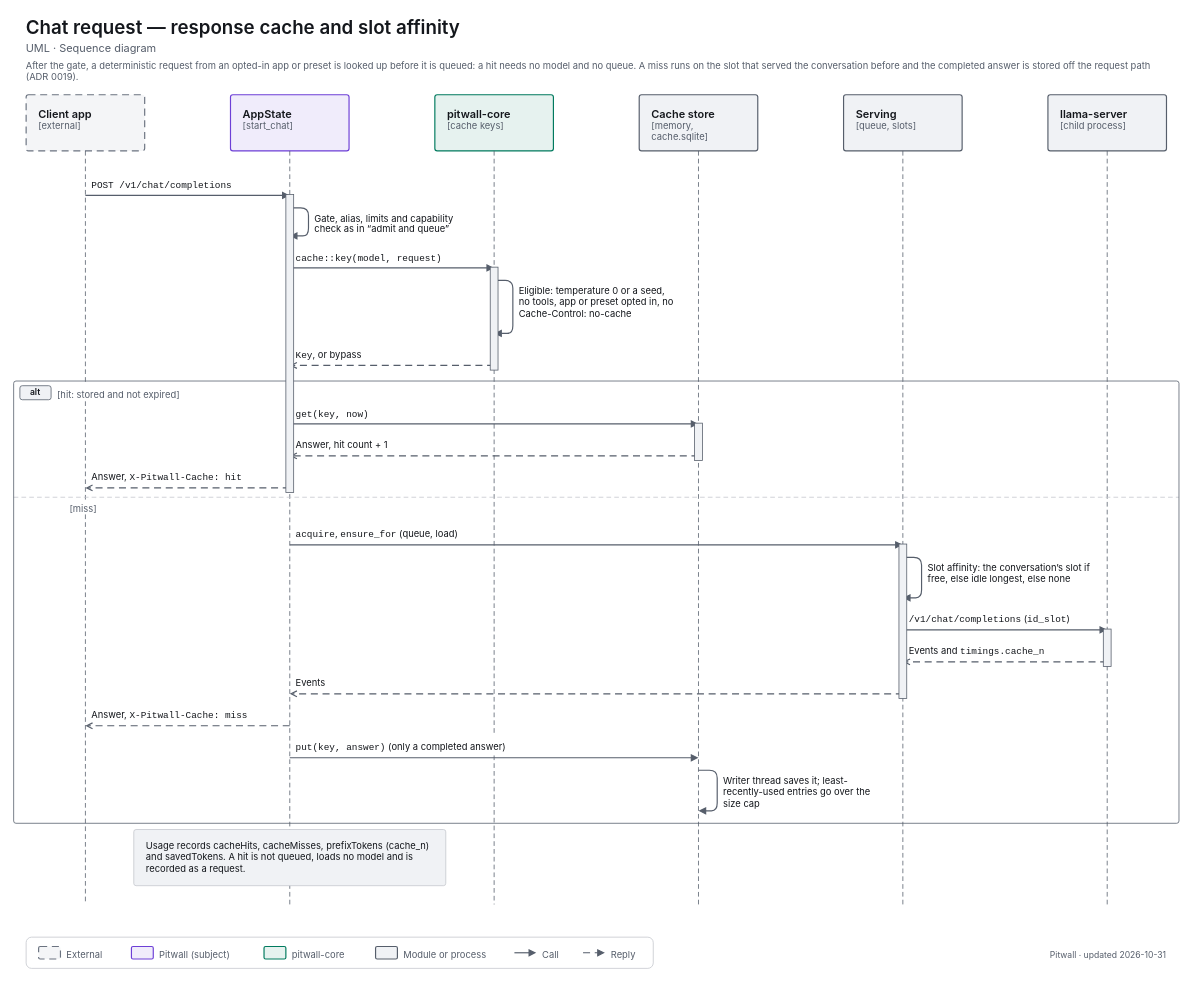
The draw.io diagram apps/pitwall/docs/diagrams/uml-seq-chat-cache.drawio in decryp7/paddock, before the edit. Source tidied: cells renumbered, new cells numbered last; positions are measured from the earlier drawing's top-left corner, leaving out a move shared by most shapes. Both pictures are drawn from the tidied source at 78%, with x=0, y=0 at pixel (13, 13).
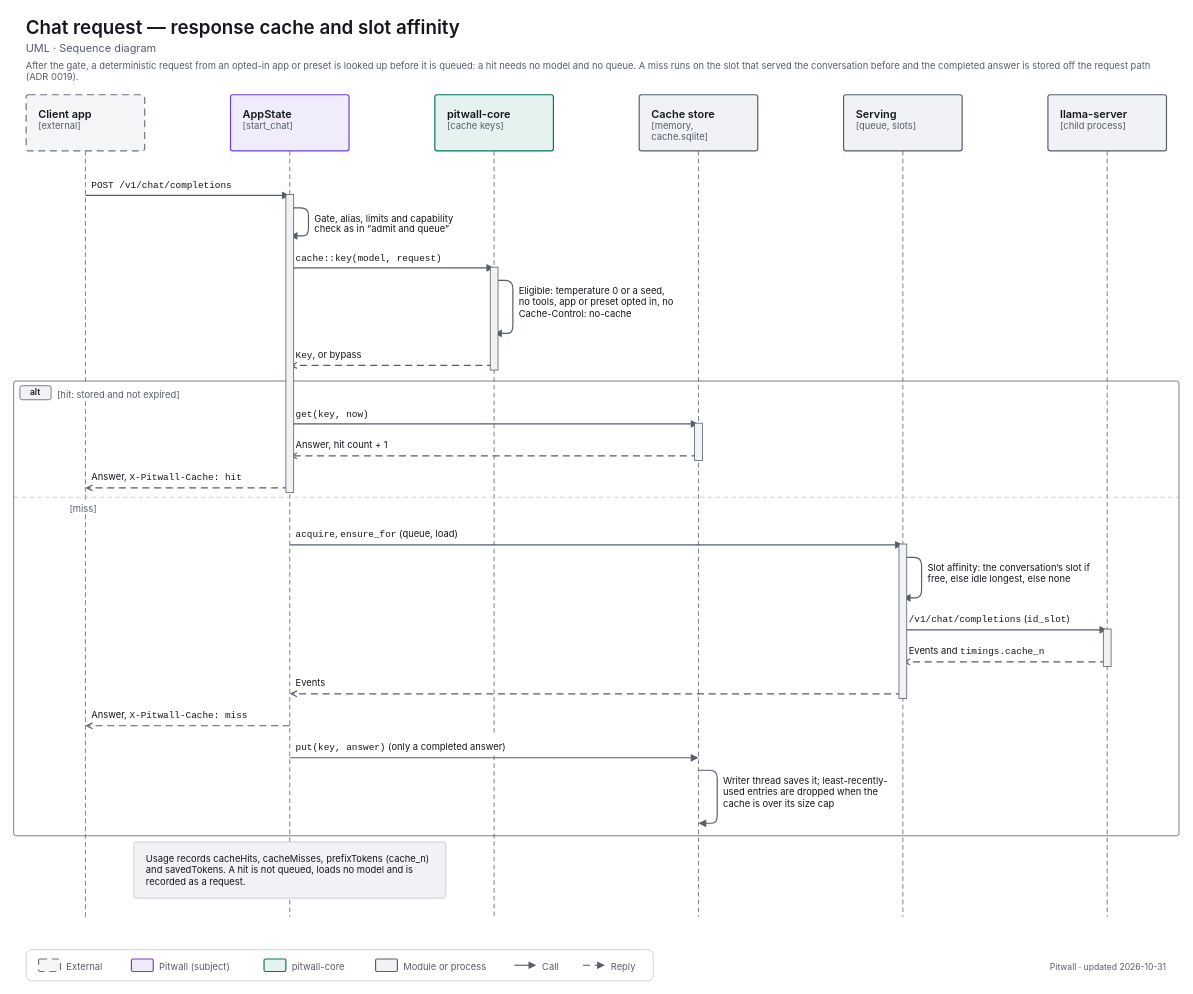
The same page after the edit.

Commit message (it also covers changes not shown here):
fix(diagrams): selfLeftOnLast is opt-in so other apps' diagrams are unchanged; chat-admit bar starts at start_chat

Diff of the diagram source:
```diff
@@
     <mxCell id="13" style="edgeStyle=none;rounded=1;html=1;strokeWidth=1;strokeColor=light-dark(#565E6B,#A0A7B2);endArrow=none;endFill=0;endSize=6;dashed=1;dashPattern=6 4;" parent="1" edge="1">
       <mxGeometry relative="1" as="geometry">
         <mxPoint x="92" y="642" as="sourcePoint" />
-        <mxPoint x="92" y="1142" as="targetPoint" />
+        <mxPoint x="92" y="1158" as="targetPoint" />
       </mxGeometry>
     </mxCell>
     <mxCell id="14" style="edgeStyle=none;rounded=1;html=1;strokeWidth=1;strokeColor=light-dark(#565E6B,#A0A7B2);endArrow=none;endFill=0;endSize=6;dashed=1;dashPattern=6 4;" parent="1" edge="1">
       <mxGeometry relative="1" as="geometry">
         <mxPoint x="354" y="176" as="sourcePoint" />
-        <mxPoint x="354" y="1142" as="targetPoint" />
+        <mxPoint x="354" y="1158" as="targetPoint" />
       </mxGeometry>
     </mxCell>
@@
     <mxCell id="16" style="edgeStyle=none;rounded=1;html=1;strokeWidth=1;strokeColor=light-dark(#565E6B,#A0A7B2);endArrow=none;endFill=0;endSize=6;dashed=1;dashPattern=6 4;" parent="1" edge="1">
       <mxGeometry relative="1" as="geometry">
         <mxPoint x="616" y="951" as="sourcePoint" />
-        <mxPoint x="616" y="1142" as="targetPoint" />
+        <mxPoint x="616" y="1158" as="targetPoint" />
       </mxGeometry>
     </mxCell>
     <mxCell id="17" style="edgeStyle=none;rounded=1;html=1;strokeWidth=1;strokeColor=light-dark(#565E6B,#A0A7B2);endArrow=none;endFill=0;endSize=6;dashed=1;dashPattern=6 4;" parent="1" edge="1">
       <mxGeometry relative="1" as="geometry">
         <mxPoint x="878" y="176" as="sourcePoint" />
-        <mxPoint x="878" y="1142" as="targetPoint" />
+        <mxPoint x="878" y="1158" as="targetPoint" />
       </mxGeometry>
     </mxCell>
     <mxCell id="18" style="edgeStyle=none;rounded=1;html=1;strokeWidth=1;strokeColor=light-dark(#565E6B,#A0A7B2);endArrow=none;endFill=0;endSize=6;dashed=1;dashPattern=6 4;" parent="1" edge="1">
       <mxGeometry relative="1" as="geometry">
         <mxPoint x="1140" y="176" as="sourcePoint" />
-        <mxPoint x="1140" y="1142" as="targetPoint" />
+        <mxPoint x="1140" y="1158" as="targetPoint" />
       </mxGeometry>
     </mxCell>
     <mxCell id="19" style="edgeStyle=none;rounded=1;html=1;strokeWidth=1;strokeColor=light-dark(#565E6B,#A0A7B2);endArrow=none;endFill=0;endSize=6;dashed=1;dashPattern=6 4;" parent="1" edge="1">
       <mxGeometry relative="1" as="geometry">
         <mxPoint x="1402" y="176" as="sourcePoint" />
-        <mxPoint x="1402" y="1142" as="targetPoint" />
+        <mxPoint x="1402" y="1158" as="targetPoint" />
       </mxGeometry>
     </mxCell>
@@
     <mxCell id="52" style="edgeStyle=none;rounded=1;html=1;strokeWidth=1.5;strokeColor=light-dark(#565E6B,#A0A7B2);endArrow=block;endFill=1;endSize=6;" parent="1" edge="1">
       <mxGeometry relative="1" as="geometry">
         <mxPoint x="878" y="970" as="sourcePoint" />
-        <mxPoint x="878" y="1022" as="targetPoint" />
+        <mxPoint x="878" y="1038" as="targetPoint" />
         <Array as="points">
           <mxPoint x="902" y="970" />
-          <mxPoint x="902" y="1022" />
+          <mxPoint x="902" y="1038" />
         </Array>
       </mxGeometry>
     </mxCell>
-    <mxCell id="53" value="&lt;span style=&quot;font-size:12px;font-weight:400&quot;&gt;Writer thread saves it; least-recently-used entries go over the size cap&lt;/span&gt;" style="html=1;whiteSpace=wrap;fontFamily=-apple-system,BlinkMacSystemFont,Segoe UI,system-ui,sans-serif;fontSize=12;fontColor=light-dark(#14171C,#ECEEF1);text;strokeColor=none;fillColor=none;align=left;verticalAlign=top;spacing=0;fontColor=light-dark(#14171C,#ECEEF1);" parent="1" vertex="1">
-      <mxGeometry x="910" y="972" width="202" height="48" as="geometry" />
+    <mxCell id="53" value="&lt;span style=&quot;font-size:12px;font-weight:400&quot;&gt;Writer thread saves it; least-recently-used entries are dropped when the cache is over its size cap&lt;/span&gt;" style="html=1;whiteSpace=wrap;fontFamily=-apple-system,BlinkMacSystemFont,Segoe UI,system-ui,sans-serif;fontSize=12;fontColor=light-dark(#14171C,#ECEEF1);text;strokeColor=none;fillColor=none;align=left;verticalAlign=top;spacing=0;fontColor=light-dark(#14171C,#ECEEF1);" parent="1" vertex="1">
+      <mxGeometry x="910" y="972" width="224" height="64" as="geometry" />
     </mxCell>
     <mxCell id="54" style="rounded=1;absoluteArcSize=1;arcSize=6;strokeWidth=1;strokeColor=light-dark(#565E6B,#A0A7B2);fillColor=none;" parent="1" vertex="1">
-      <mxGeometry y="471" width="1494" height="567" as="geometry" />
+      <mxGeometry y="471" width="1494" height="583" as="geometry" />
     </mxCell>
@@
     <mxCell id="57" value="&lt;span style=&quot;font-size:12px&quot;&gt;Usage records cacheHits, cacheMisses, prefixTokens (cache_n) and savedTokens. A hit is not queued, loads no model and is recorded as a request.&lt;/span&gt;" style="html=1;whiteSpace=wrap;fontFamily=-apple-system,BlinkMacSystemFont,Segoe UI,system-ui,sans-serif;fontSize=12;fontColor=light-dark(#14171C,#ECEEF1);rounded=1;absoluteArcSize=1;arcSize=6;strokeWidth=1;strokeColor=light-dark(#C4C7CD,#353A42);fillColor=light-dark(#F0F2F5,#1B1E23);align=left;verticalAlign=middle;spacingLeft=14;spacingRight=14;" parent="1" vertex="1">
-      <mxGeometry x="154" y="1046" width="400" height="72" as="geometry" />
+      <mxGeometry x="154" y="1062" width="400" height="72" as="geometry" />
     </mxCell>
@@
     <mxCell id="63" style="rounded=1;absoluteArcSize=1;arcSize=14;strokeWidth=1;strokeColor=light-dark(#C4C7CD,#353A42);fillColor=none;" parent="1" vertex="1">
-      <mxGeometry x="16" y="1184" width="804" height="40" as="geometry" />
+      <mxGeometry x="16" y="1200" width="804" height="40" as="geometry" />
     </mxCell>
     <mxCell id="64" style="rounded=1;absoluteArcSize=1;arcSize=4;strokeWidth=1.5;strokeColor=light-dark(#6B7380,#7F8794);fillColor=light-dark(#F4F5F7,#17191E);dashed=1;dashPattern=6 4;" parent="1" vertex="1">
-      <mxGeometry x="32" y="1196" width="28" height="16" as="geometry" />
+      <mxGeometry x="32" y="1212" width="28" height="16" as="geometry" />
     </mxCell>
     <mxCell id="65" value="&lt;span style=&quot;font-size:12px;font-weight:400&quot;&gt;External&lt;/span&gt;" style="html=1;whiteSpace=wrap;fontFamily=-apple-system,BlinkMacSystemFont,Segoe UI,system-ui,sans-serif;fontSize=12;fontColor=light-dark(#14171C,#ECEEF1);text;strokeColor=none;fillColor=none;align=left;verticalAlign=top;spacing=0;fontColor=light-dark(#565E6B,#A0A7B2);" parent="1" vertex="1">
-      <mxGeometry x="68" y="1195" width="59" height="18" as="geometry" />
+      <mxGeometry x="68" y="1211" width="59" height="18" as="geometry" />
     </mxCell>
     <mxCell id="66" style="rounded=1;absoluteArcSize=1;arcSize=4;strokeWidth=1.5;strokeColor=light-dark(#6D3FD6,#A58BFA);fillColor=light-dark(#F0ECFB,#2C2A3F);" parent="1" vertex="1">
-      <mxGeometry x="151" y="1196" width="28" height="16" as="geometry" />
+      <mxGeometry x="151" y="1212" width="28" height="16" as="geometry" />
     </mxCell>
     <mxCell id="67" value="&lt;span style=&quot;font-size:12px;font-weight:400&quot;&gt;Pitwall (subject)&lt;/span&gt;" style="html=1;whiteSpace=wrap;fontFamily=-apple-system,BlinkMacSystemFont,Segoe UI,system-ui,sans-serif;fontSize=12;fontColor=light-dark(#14171C,#ECEEF1);text;strokeColor=none;fillColor=none;align=left;verticalAlign=top;spacing=0;fontColor=light-dark(#565E6B,#A0A7B2);" parent="1" vertex="1">
-      <mxGeometry x="187" y="1195" width="110" height="18" as="geometry" />
+      <mxGeometry x="187" y="1211" width="110" height="18" as="geometry" />
     </mxCell>
     <mxCell id="68" style="rounded=1;absoluteArcSize=1;arcSize=4;strokeWidth=1.5;strokeColor=light-dark(#007A5E,#2EC4A0);fillColor=light-dark(#E6F2EF,#193330);" parent="1" vertex="1">
-      <mxGeometry x="321" y="1196" width="28" height="16" as="geometry" />
+      <mxGeometry x="321" y="1212" width="28" height="16" as="geometry" />
     </mxCell>
     <mxCell id="69" value="&lt;span style=&quot;font-size:12px;font-weight:400&quot;&gt;pitwall-core&lt;/span&gt;" style="html=1;whiteSpace=wrap;fontFamily=-apple-system,BlinkMacSystemFont,Segoe UI,system-ui,sans-serif;fontSize=12;fontColor=light-dark(#14171C,#ECEEF1);text;strokeColor=none;fillColor=none;align=left;verticalAlign=top;spacing=0;fontColor=light-dark(#565E6B,#A0A7B2);" parent="1" vertex="1">
-      <mxGeometry x="357" y="1195" width="83" height="18" as="geometry" />
+      <mxGeometry x="357" y="1211" width="83" height="18" as="geometry" />
     </mxCell>
     <mxCell id="70" style="rounded=1;absoluteArcSize=1;arcSize=4;strokeWidth=1.5;strokeColor=light-dark(#565E6B,#A0A7B2);fillColor=light-dark(#F0F2F5,#1B1E23);" parent="1" vertex="1">
-      <mxGeometry x="464" y="1196" width="28" height="16" as="geometry" />
+      <mxGeometry x="464" y="1212" width="28" height="16" as="geometry" />
     </mxCell>
     <mxCell id="71" value="&lt;span style=&quot;font-size:12px;font-weight:400&quot;&gt;Module or process&lt;/span&gt;" style="html=1;whiteSpace=wrap;fontFamily=-apple-system,BlinkMacSystemFont,Segoe UI,system-ui,sans-serif;fontSize=12;fontColor=light-dark(#14171C,#ECEEF1);text;strokeColor=none;fillColor=none;align=left;verticalAlign=top;spacing=0;fontColor=light-dark(#565E6B,#A0A7B2);" parent="1" vertex="1">
-      <mxGeometry x="500" y="1195" width="118" height="18" as="geometry" />
+      <mxGeometry x="500" y="1211" width="118" height="18" as="geometry" />
     </mxCell>
     <mxCell id="72" style="edgeStyle=none;rounded=1;html=1;strokeWidth=1.5;strokeColor=light-dark(#565E6B,#A0A7B2);endArrow=block;endFill=1;endSize=6;" parent="1" edge="1">
       <mxGeometry relative="1" as="geometry">
-        <mxPoint x="642" y="1204" as="sourcePoint" />
-        <mxPoint x="670" y="1204" as="targetPoint" />
+        <mxPoint x="642" y="1220" as="sourcePoint" />
+        <mxPoint x="670" y="1220" as="targetPoint" />
       </mxGeometry>
     </mxCell>
     <mxCell id="73" value="&lt;span style=&quot;font-size:12px;font-weight:400&quot;&gt;Call&lt;/span&gt;" style="html=1;whiteSpace=wrap;fontFamily=-apple-system,BlinkMacSystemFont,Segoe UI,system-ui,sans-serif;fontSize=12;fontColor=light-dark(#14171C,#ECEEF1);text;strokeColor=none;fillColor=none;align=left;verticalAlign=top;spacing=0;fontColor=light-dark(#565E6B,#A0A7B2);" parent="1" vertex="1">
-      <mxGeometry x="678" y="1195" width="28" height="18" as="geometry" />
+      <mxGeometry x="678" y="1211" width="28" height="18" as="geometry" />
     </mxCell>
     <mxCell id="74" style="edgeStyle=none;rounded=1;html=1;strokeWidth=1.5;strokeColor=light-dark(#565E6B,#A0A7B2);endArrow=block;endFill=1;endSize=6;dashed=1;dashPattern=6 4;" parent="1" edge="1">
       <mxGeometry relative="1" as="geometry">
-        <mxPoint x="730" y="1204" as="sourcePoint" />
-        <mxPoint x="758" y="1204" as="targetPoint" />
+        <mxPoint x="730" y="1220" as="sourcePoint" />
+        <mxPoint x="758" y="1220" as="targetPoint" />
       </mxGeometry>
     </mxCell>
     <mxCell id="75" value="&lt;span style=&quot;font-size:12px;font-weight:400&quot;&gt;Reply&lt;/span&gt;" style="html=1;whiteSpace=wrap;fontFamily=-apple-system,BlinkMacSystemFont,Segoe UI,system-ui,sans-serif;fontSize=12;fontColor=light-dark(#14171C,#ECEEF1);text;strokeColor=none;fillColor=none;align=left;verticalAlign=top;spacing=0;fontColor=light-dark(#565E6B,#A0A7B2);" parent="1" vertex="1">
-      <mxGeometry x="766" y="1195" width="38" height="18" as="geometry" />
+      <mxGeometry x="766" y="1211" width="38" height="18" as="geometry" />
     </mxCell>
     <mxCell id="76" value="&lt;span style=&quot;font-size:11px;font-weight:400&quot;&gt;Pitwall · updated 2026-10-31&lt;/span&gt;" style="html=1;whiteSpace=wrap;fontFamily=-apple-system,BlinkMacSystemFont,Segoe UI,system-ui,sans-serif;fontSize=12;fontColor=light-dark(#14171C,#ECEEF1);text;strokeColor=none;fillColor=none;align=right;verticalAlign=top;spacing=0;fontColor=light-dark(#565E6B,#A0A7B2);" parent="1" vertex="1">
-      <mxGeometry x="1118" y="1195" width="360" height="18" as="geometry" />
+      <mxGeometry x="1118" y="1211" width="360" height="18" as="geometry" />
     </mxCell>
```
